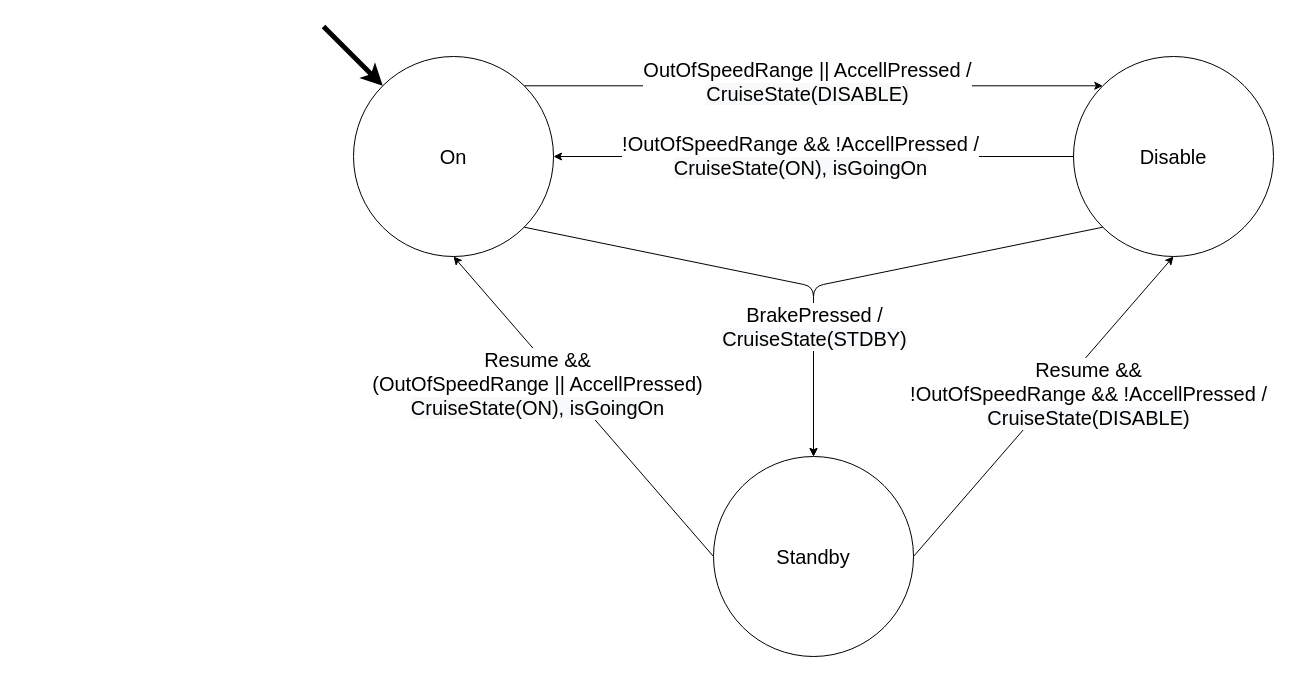
Before: Diagrams/FSMs/Cruise_Control_Active_FSM.drawio in jacoballen4534/Cruise-Controller, a draw.io diagram. Source tidied: cells renumbered, new cells numbered last; positions are measured from the earlier drawing's top-left corner, leaving out a move shared by most shapes. Both pictures are drawn from the tidied source at 100%, with x=0, y=0 at pixel (323, 26).
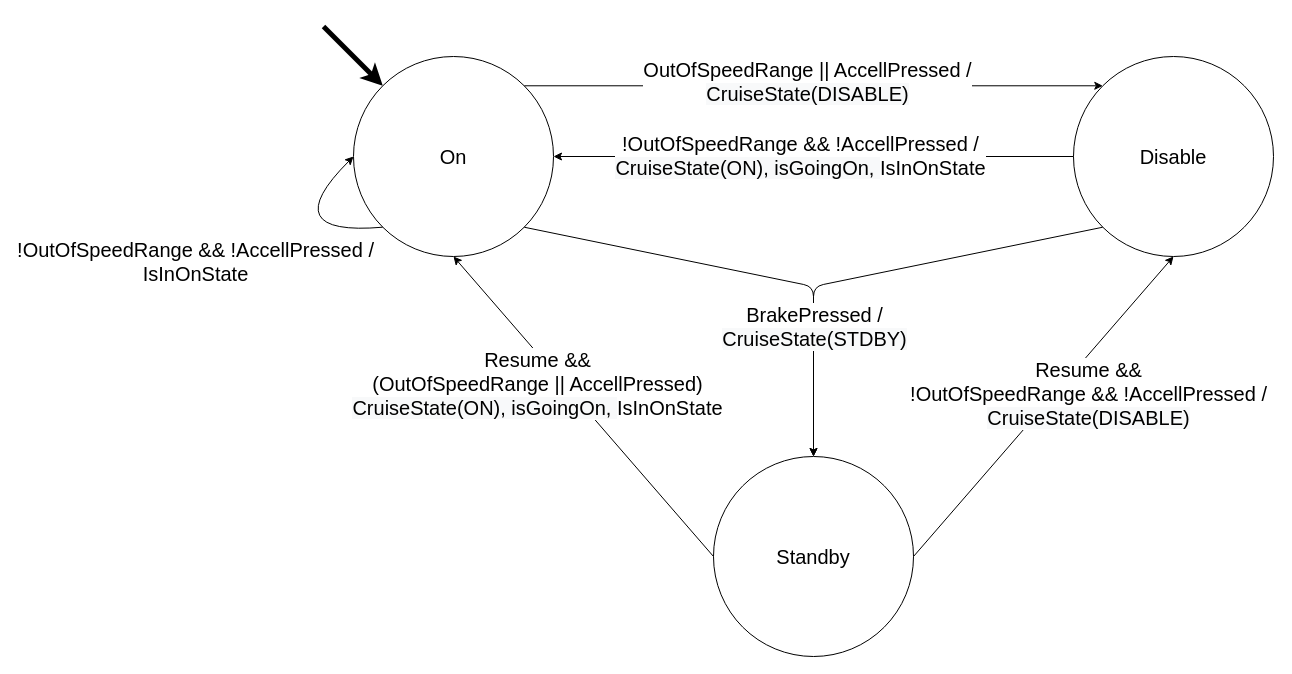
After the change.

Commit message (it also covers changes not shown here):
Add isInOnState signal to pause the speed controll and cruise speed controll when in standy, disable and off states

The change refers to these unchanged cells:
```xml
<mxCell id="2" value="&lt;font style=&quot;font-size: 20px&quot;&gt;On&lt;/font&gt;" style="ellipse;whiteSpace=wrap;html=1;" parent="1" vertex="1">
  <mxGeometry x="30" y="30" width="200" height="200" as="geometry" />
</mxCell>
<mxCell id="7" style="endArrow=classic;html=1;entryX=1;entryY=0.5;entryDx=0;entryDy=0;exitX=0;exitY=0.5;exitDx=0;exitDy=0;" parent="1" edge="1" source="3" target="2">
  <mxGeometry relative="1" as="geometry" />
</mxCell>
<mxCell id="12" style="endArrow=classic;html=1;exitX=0;exitY=0.5;exitDx=0;exitDy=0;entryX=0.5;entryY=1;entryDx=0;entryDy=0;" parent="1" edge="1" source="4" target="2">
  <mxGeometry relative="1" as="geometry" />
</mxCell>
```

Diff of the diagram source:
```diff
@@
-    <mxCell id="8" value="&lt;font style=&quot;font-size: 20px&quot;&gt;&lt;font style=&quot;font-size: 20px&quot;&gt;!OutOfSpeedRange&amp;nbsp;&amp;amp;&amp;amp; !AccellPressed /&lt;br&gt;&lt;/font&gt;&lt;span style=&quot;background-color: rgb(248 , 249 , 250)&quot;&gt;CruiseState(ON), isGoingOn&lt;/span&gt;&lt;br&gt;&lt;/font&gt;" style="edgeLabel;html=1;align=center;verticalAlign=middle;fontSize=20;" parent="7" vertex="1">
+    <mxCell id="8" value="&lt;font style=&quot;font-size: 20px&quot;&gt;&lt;font style=&quot;font-size: 20px&quot;&gt;!OutOfSpeedRange&amp;nbsp;&amp;amp;&amp;amp; !AccellPressed /&lt;br&gt;&lt;/font&gt;&lt;span style=&quot;background-color: rgb(248 , 249 , 250)&quot;&gt;CruiseState(ON), isGoingOn,&amp;nbsp;&lt;/span&gt;IsInOnState&lt;br&gt;&lt;/font&gt;" style="edgeLabel;html=1;align=center;verticalAlign=middle;fontSize=20;" parent="7" vertex="1">
       <mxGeometry x="0.28" y="-2" relative="1" as="geometry">
         <mxPoint x="59" as="offset" />
       </mxGeometry>
     </mxCell>
@@
-    <mxCell id="13" value="&lt;font style=&quot;font-size: 20px&quot;&gt;Resume &amp;amp;&amp;amp;&lt;br&gt;(OutOfSpeedRange&amp;nbsp;|| AccellPressed)&lt;br&gt;&lt;span style=&quot;background-color: rgb(248 , 249 , 250)&quot;&gt;CruiseState(ON), isGoingOn&lt;/span&gt;&lt;br&gt;&lt;/font&gt;" style="edgeLabel;html=1;align=center;verticalAlign=middle;" parent="12" vertex="1">
+    <mxCell id="13" value="&lt;font style=&quot;font-size: 20px&quot;&gt;Resume &amp;amp;&amp;amp;&lt;br&gt;(OutOfSpeedRange&amp;nbsp;|| AccellPressed)&lt;br&gt;&lt;span style=&quot;background-color: rgb(248 , 249 , 250)&quot;&gt;CruiseState(ON), isGoingOn,&amp;nbsp;&lt;/span&gt;IsInOnState&lt;br&gt;&lt;/font&gt;" style="edgeLabel;html=1;align=center;verticalAlign=middle;" parent="12" vertex="1">
       <mxGeometry x="0.15" y="-2" relative="1" as="geometry">
         <mxPoint x="-28.2" as="offset" />
       </mxGeometry>
     </mxCell>
@@
+    <mxCell id="17" style="curved=1;endArrow=classic;html=1;exitX=0;exitY=1;exitDx=0;exitDy=0;entryX=0;entryY=0.5;entryDx=0;entryDy=0;" parent="1" edge="1" source="2" target="2">
+      <mxGeometry relative="1" as="geometry">
+        <Array as="points">
+          <mxPoint x="-50" y="210" />
+        </Array>
+      </mxGeometry>
+    </mxCell>
+    <mxCell id="18" value="&lt;span style=&quot;font-size: 20px&quot;&gt;!OutOfSpeedRange&amp;nbsp;&amp;amp;&amp;amp; !AccellPressed /&lt;br&gt;IsInOnState&lt;/span&gt;" style="edgeLabel;html=1;align=center;verticalAlign=middle;" parent="17" vertex="1">
+      <mxGeometry x="-0.46" y="-22" relative="1" as="geometry">
+        <mxPoint x="-126.5" y="50.6" as="offset" />
+      </mxGeometry>
+    </mxCell>
```
